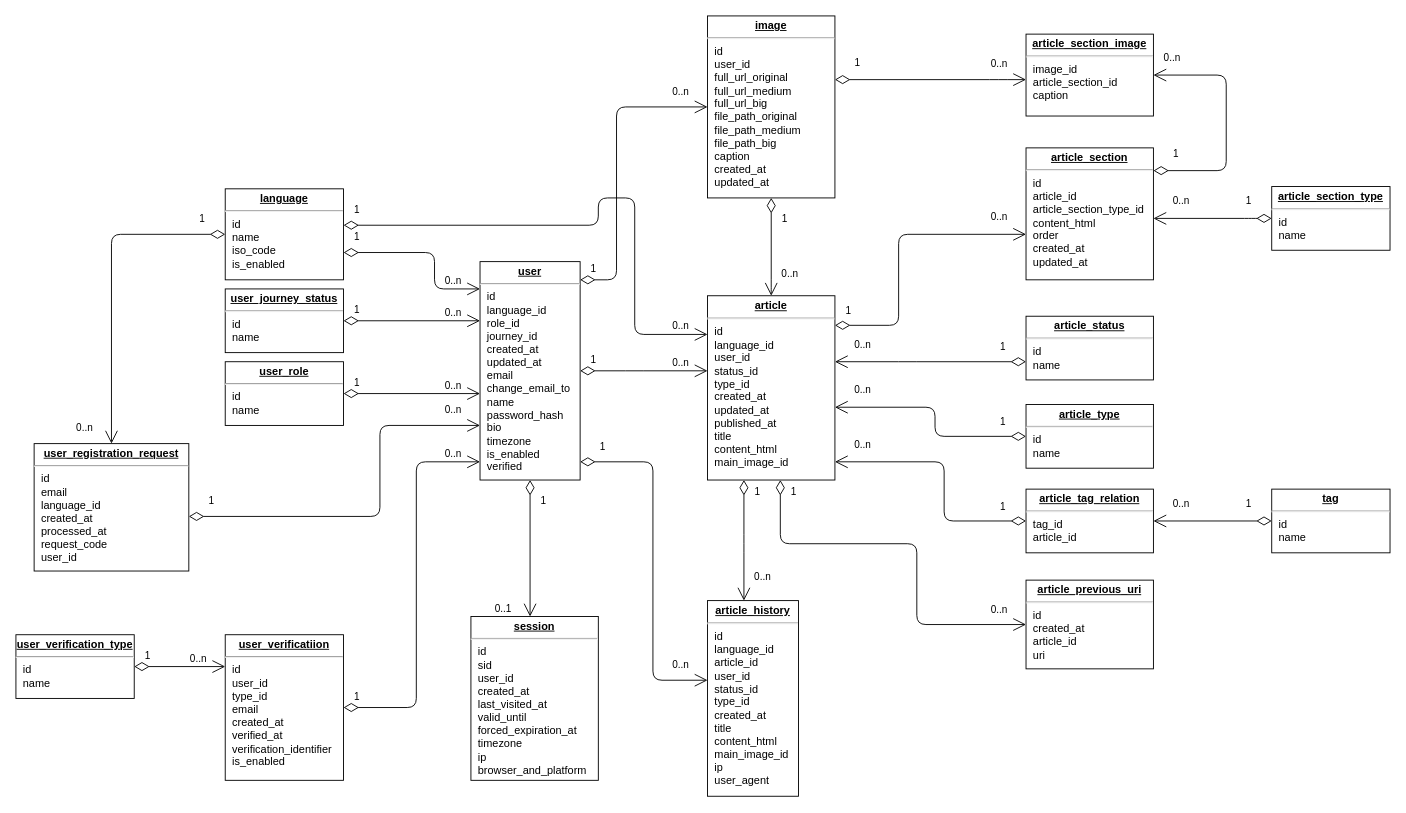
uveic/amora keeps this draw.io diagram as DatabaseDiagram/amora.drawio. Above is the earlier version. Source tidied: cells renumbered, new cells numbered last; positions are measured from the earlier drawing's top-left corner, leaving out a move shared by most shapes. Both pictures are drawn from the tidied source at 91%, with x=0, y=0 at pixel (15, 15).
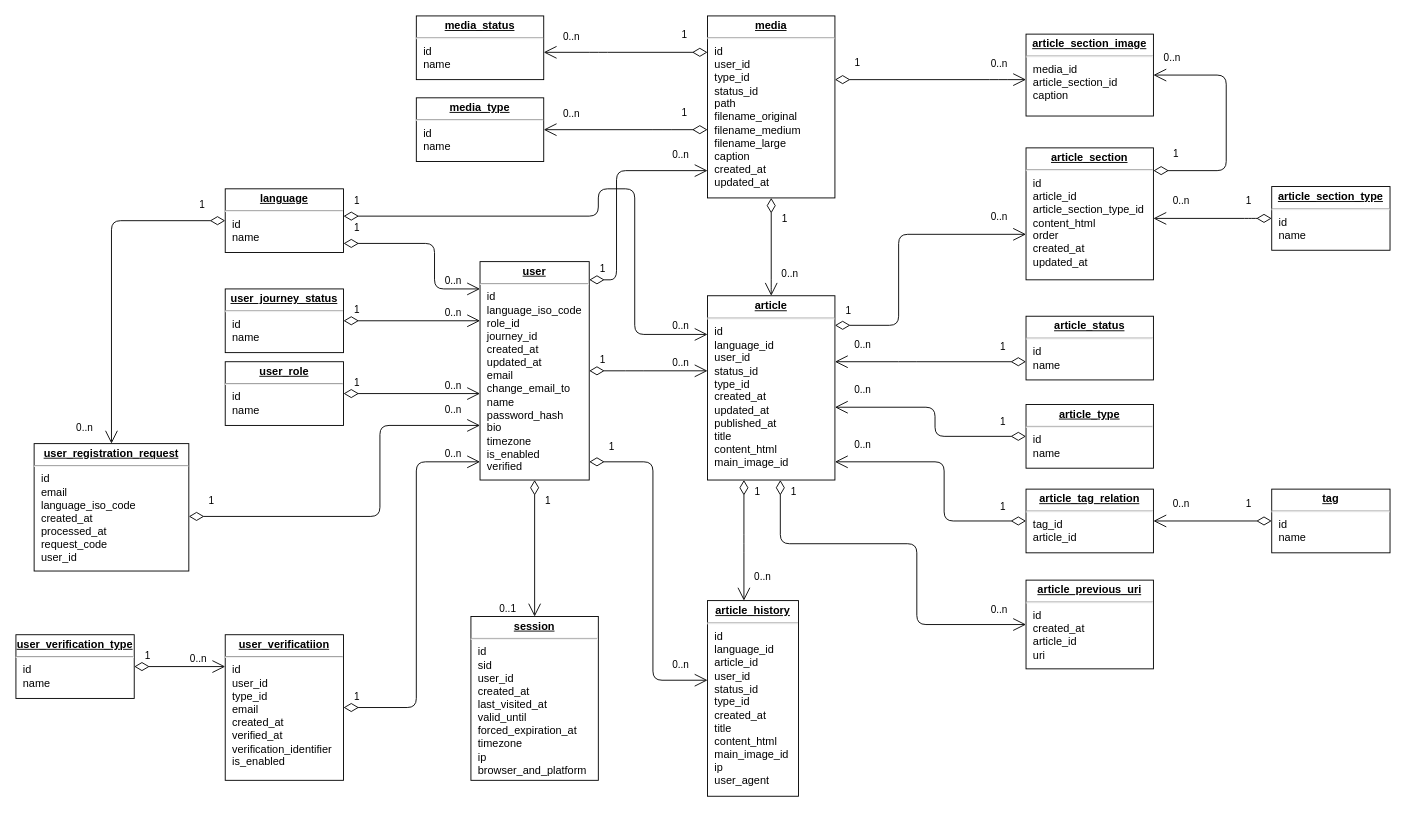
Above is the later version.

Commit message:
Update database diagram

The change refers to these unchanged cells:
```xml
<mxCell id="5" value="&lt;p style=&quot;margin: 0px ; margin-top: 4px ; text-align: center ; text-decoration: underline&quot;&gt;&lt;b&gt;article&lt;/b&gt;&lt;/p&gt;&lt;hr&gt;&lt;p style=&quot;margin: 0px ; margin-left: 8px&quot;&gt;id&lt;/p&gt;&lt;p style=&quot;margin: 0px ; margin-left: 8px&quot;&gt;language_id&lt;/p&gt;&lt;p style=&quot;margin: 0px ; margin-left: 8px&quot;&gt;user_id&lt;br&gt;&lt;/p&gt;&lt;p style=&quot;margin: 0px ; margin-left: 8px&quot;&gt;status_id&lt;/p&gt;&lt;p style=&quot;margin: 0px ; margin-left: 8px&quot;&gt;type_id&lt;/p&gt;&lt;p style=&quot;margin: 0px ; margin-left: 8px&quot;&gt;&lt;span&gt;created_at&lt;/span&gt;&lt;br&gt;&lt;/p&gt;&lt;p style=&quot;margin: 0px ; margin-left: 8px&quot;&gt;updated_at&lt;br&gt;&lt;/p&gt;&lt;p style=&quot;margin: 0px ; margin-left: 8px&quot;&gt;published_at&lt;/p&gt;&lt;p style=&quot;margin: 0px ; margin-left: 8px&quot;&gt;title&lt;/p&gt;&lt;p style=&quot;margin: 0px ; margin-left: 8px&quot;&gt;content_html&lt;/p&gt;&lt;p style=&quot;margin: 0px ; margin-left: 8px&quot;&gt;main_image_id&lt;/p&gt;" style="verticalAlign=top;align=left;overflow=fill;fontSize=12;fontFamily=Helvetica;html=1;" parent="1" vertex="1">
  <mxGeometry x="760" y="307.5" width="140" height="202.5" as="geometry" />
</mxCell>
```

Change to the diagram source:
```diff
@@
-    <mxCell id="2" value="&lt;p style=&quot;margin: 0px ; margin-top: 4px ; text-align: center ; text-decoration: underline&quot;&gt;&lt;b&gt;user&lt;/b&gt;&lt;/p&gt;&lt;hr&gt;&lt;p style=&quot;margin: 0px ; margin-left: 8px&quot;&gt;id&lt;/p&gt;&lt;p style=&quot;margin: 0px ; margin-left: 8px&quot;&gt;language_id&lt;/p&gt;&lt;p style=&quot;margin: 0px ; margin-left: 8px&quot;&gt;role_id&lt;/p&gt;&lt;p style=&quot;margin: 0px ; margin-left: 8px&quot;&gt;journey_id&lt;/p&gt;&lt;p style=&quot;margin: 0px ; margin-left: 8px&quot;&gt;created_at&lt;/p&gt;&lt;p style=&quot;margin: 0px ; margin-left: 8px&quot;&gt;updated_at&lt;/p&gt;&lt;p style=&quot;margin: 0px ; margin-left: 8px&quot;&gt;email&lt;/p&gt;&lt;p style=&quot;margin: 0px ; margin-left: 8px&quot;&gt;change_email_to&lt;/p&gt;&lt;p style=&quot;margin: 0px ; margin-left: 8px&quot;&gt;name&lt;/p&gt;&lt;p style=&quot;margin: 0px ; margin-left: 8px&quot;&gt;password_hash&lt;/p&gt;&lt;p style=&quot;margin: 0px ; margin-left: 8px&quot;&gt;bio&lt;/p&gt;&lt;p style=&quot;margin: 0px ; margin-left: 8px&quot;&gt;timezone&lt;/p&gt;&lt;p style=&quot;margin: 0px ; margin-left: 8px&quot;&gt;is_enabled&lt;/p&gt;&lt;p style=&quot;margin: 0px ; margin-left: 8px&quot;&gt;verified&lt;/p&gt;" style="verticalAlign=top;align=left;overflow=fill;fontSize=12;fontFamily=Helvetica;html=1;" parent="1" vertex="1">
-      <mxGeometry x="510" y="270" width="110" height="240" as="geometry" />
+    <mxCell id="2" value="&lt;p style=&quot;margin: 0px ; margin-top: 4px ; text-align: center ; text-decoration: underline&quot;&gt;&lt;b&gt;user&lt;/b&gt;&lt;/p&gt;&lt;hr&gt;&lt;p style=&quot;margin: 0px ; margin-left: 8px&quot;&gt;id&lt;/p&gt;&lt;p style=&quot;margin: 0px ; margin-left: 8px&quot;&gt;language_iso_code&lt;/p&gt;&lt;p style=&quot;margin: 0px ; margin-left: 8px&quot;&gt;role_id&lt;/p&gt;&lt;p style=&quot;margin: 0px ; margin-left: 8px&quot;&gt;journey_id&lt;/p&gt;&lt;p style=&quot;margin: 0px ; margin-left: 8px&quot;&gt;created_at&lt;/p&gt;&lt;p style=&quot;margin: 0px ; margin-left: 8px&quot;&gt;updated_at&lt;/p&gt;&lt;p style=&quot;margin: 0px ; margin-left: 8px&quot;&gt;email&lt;/p&gt;&lt;p style=&quot;margin: 0px ; margin-left: 8px&quot;&gt;change_email_to&lt;/p&gt;&lt;p style=&quot;margin: 0px ; margin-left: 8px&quot;&gt;name&lt;/p&gt;&lt;p style=&quot;margin: 0px ; margin-left: 8px&quot;&gt;password_hash&lt;/p&gt;&lt;p style=&quot;margin: 0px ; margin-left: 8px&quot;&gt;bio&lt;/p&gt;&lt;p style=&quot;margin: 0px ; margin-left: 8px&quot;&gt;timezone&lt;/p&gt;&lt;p style=&quot;margin: 0px ; margin-left: 8px&quot;&gt;is_enabled&lt;/p&gt;&lt;p style=&quot;margin: 0px ; margin-left: 8px&quot;&gt;verified&lt;/p&gt;" style="verticalAlign=top;align=left;overflow=fill;fontSize=12;fontFamily=Helvetica;html=1;" parent="1" vertex="1">
+      <mxGeometry x="510" y="270" width="120" height="240" as="geometry" />
     </mxCell>
@@
-    <mxCell id="19" value="&lt;p style=&quot;margin: 0px ; margin-top: 4px ; text-align: center ; text-decoration: underline&quot;&gt;&lt;b&gt;language&lt;/b&gt;&lt;/p&gt;&lt;hr&gt;&lt;p style=&quot;margin: 0px ; margin-left: 8px&quot;&gt;id&lt;/p&gt;&lt;p style=&quot;margin: 0px ; margin-left: 8px&quot;&gt;name&lt;/p&gt;&lt;p style=&quot;margin: 0px ; margin-left: 8px&quot;&gt;iso_code&lt;/p&gt;&lt;p style=&quot;margin: 0px ; margin-left: 8px&quot;&gt;is_enabled&lt;br&gt;&lt;/p&gt;" style="verticalAlign=top;align=left;overflow=fill;fontSize=12;fontFamily=Helvetica;html=1;" parent="1" vertex="1">
-      <mxGeometry x="230" y="190" width="130" height="100" as="geometry" />
+    <mxCell id="19" value="&lt;p style=&quot;margin: 0px ; margin-top: 4px ; text-align: center ; text-decoration: underline&quot;&gt;&lt;b&gt;language&lt;/b&gt;&lt;/p&gt;&lt;hr&gt;&lt;p style=&quot;margin: 0px ; margin-left: 8px&quot;&gt;id&lt;/p&gt;&lt;p style=&quot;margin: 0px ; margin-left: 8px&quot;&gt;name&lt;/p&gt;" style="verticalAlign=top;align=left;overflow=fill;fontSize=12;fontFamily=Helvetica;html=1;" parent="1" vertex="1">
+      <mxGeometry x="230" y="190" width="130" height="70" as="geometry" />
     </mxCell>
     <mxCell id="20" style="endArrow=open;html=1;endSize=12;startArrow=diamondThin;startSize=14;startFill=0;edgeStyle=orthogonalEdgeStyle;" parent="1" edge="1" source="19" target="2">
       <mxGeometry relative="1" as="geometry">
         <Array as="points">
-          <mxPoint x="460" y="260" />
+          <mxPoint x="460" y="250" />
           <mxPoint x="460" y="300" />
         </Array>
       </mxGeometry>
     </mxCell>
@@
-    <mxCell id="35" value="&lt;p style=&quot;margin: 0px ; margin-top: 4px ; text-align: center ; text-decoration: underline&quot;&gt;&lt;b&gt;user_registration_request&lt;/b&gt;&lt;/p&gt;&lt;hr&gt;&lt;p style=&quot;margin: 0px ; margin-left: 8px&quot;&gt;id&lt;/p&gt;&lt;p style=&quot;margin: 0px ; margin-left: 8px&quot;&gt;email&lt;/p&gt;&lt;p style=&quot;margin: 0px ; margin-left: 8px&quot;&gt;language_id&lt;/p&gt;&lt;p style=&quot;margin: 0px ; margin-left: 8px&quot;&gt;&lt;span&gt;created_at&lt;/span&gt;&lt;br&gt;&lt;/p&gt;&lt;p style=&quot;margin: 0px ; margin-left: 8px&quot;&gt;processed_at&lt;/p&gt;&lt;p style=&quot;margin: 0px ; margin-left: 8px&quot;&gt;request_code&lt;/p&gt;&lt;p style=&quot;margin: 0px ; margin-left: 8px&quot;&gt;&lt;span&gt;user_id&lt;/span&gt;&lt;/p&gt;" style="verticalAlign=top;align=left;overflow=fill;fontSize=12;fontFamily=Helvetica;html=1;" parent="1" vertex="1">
+    <mxCell id="35" value="&lt;p style=&quot;margin: 0px ; margin-top: 4px ; text-align: center ; text-decoration: underline&quot;&gt;&lt;b&gt;user_registration_request&lt;/b&gt;&lt;/p&gt;&lt;hr&gt;&lt;p style=&quot;margin: 0px ; margin-left: 8px&quot;&gt;id&lt;/p&gt;&lt;p style=&quot;margin: 0px ; margin-left: 8px&quot;&gt;email&lt;/p&gt;&lt;p style=&quot;margin: 0px ; margin-left: 8px&quot;&gt;language_iso_code&lt;/p&gt;&lt;p style=&quot;margin: 0px ; margin-left: 8px&quot;&gt;&lt;span&gt;created_at&lt;/span&gt;&lt;br&gt;&lt;/p&gt;&lt;p style=&quot;margin: 0px ; margin-left: 8px&quot;&gt;processed_at&lt;/p&gt;&lt;p style=&quot;margin: 0px ; margin-left: 8px&quot;&gt;request_code&lt;/p&gt;&lt;p style=&quot;margin: 0px ; margin-left: 8px&quot;&gt;&lt;span&gt;user_id&lt;/span&gt;&lt;/p&gt;" style="verticalAlign=top;align=left;overflow=fill;fontSize=12;fontFamily=Helvetica;html=1;" parent="1" vertex="1">
       <mxGeometry x="20" y="470" width="170" height="140" as="geometry" />
     </mxCell>
@@
-    <mxCell id="40" value="&lt;p style=&quot;margin: 0px ; margin-top: 4px ; text-align: center ; text-decoration: underline&quot;&gt;&lt;b&gt;article_section_image&lt;/b&gt;&lt;/p&gt;&lt;hr&gt;&lt;p style=&quot;margin: 0px ; margin-left: 8px&quot;&gt;image_id&lt;/p&gt;&lt;p style=&quot;margin: 0px ; margin-left: 8px&quot;&gt;article_section_id&lt;/p&gt;&lt;p style=&quot;margin: 0px ; margin-left: 8px&quot;&gt;caption&lt;/p&gt;" style="verticalAlign=top;align=left;overflow=fill;fontSize=12;fontFamily=Helvetica;html=1;" parent="1" vertex="1">
+    <mxCell id="40" value="&lt;p style=&quot;margin: 0px ; margin-top: 4px ; text-align: center ; text-decoration: underline&quot;&gt;&lt;b&gt;article_section_image&lt;/b&gt;&lt;/p&gt;&lt;hr&gt;&lt;p style=&quot;margin: 0px ; margin-left: 8px&quot;&gt;media_id&lt;/p&gt;&lt;p style=&quot;margin: 0px ; margin-left: 8px&quot;&gt;article_section_id&lt;/p&gt;&lt;p style=&quot;margin: 0px ; margin-left: 8px&quot;&gt;caption&lt;/p&gt;" style="verticalAlign=top;align=left;overflow=fill;fontSize=12;fontFamily=Helvetica;html=1;" parent="1" vertex="1">
       <mxGeometry x="1110" y="20" width="140" height="90" as="geometry" />
     </mxCell>
-    <mxCell id="41" value="&lt;p style=&quot;margin: 0px ; margin-top: 4px ; text-align: center ; text-decoration: underline&quot;&gt;&lt;b&gt;image&lt;/b&gt;&lt;/p&gt;&lt;hr&gt;&lt;p style=&quot;margin: 0px ; margin-left: 8px&quot;&gt;id&lt;/p&gt;&lt;p style=&quot;margin: 0px ; margin-left: 8px&quot;&gt;user_id&lt;/p&gt;&lt;p style=&quot;margin: 0px ; margin-left: 8px&quot;&gt;full_url_original&lt;/p&gt;&lt;p style=&quot;margin: 0px ; margin-left: 8px&quot;&gt;full_url_medium&lt;/p&gt;&lt;p style=&quot;margin: 0px ; margin-left: 8px&quot;&gt;full_url_big&lt;/p&gt;&lt;p style=&quot;margin: 0px ; margin-left: 8px&quot;&gt;file_path_original&lt;/p&gt;&lt;p style=&quot;margin: 0px ; margin-left: 8px&quot;&gt;file_path_medium&lt;/p&gt;&lt;p style=&quot;margin: 0px ; margin-left: 8px&quot;&gt;file_path_big&lt;/p&gt;&lt;p style=&quot;margin: 0px ; margin-left: 8px&quot;&gt;caption&lt;/p&gt;&lt;p style=&quot;margin: 0px ; margin-left: 8px&quot;&gt;&lt;span&gt;created_at&lt;/span&gt;&lt;br&gt;&lt;/p&gt;&lt;p style=&quot;margin: 0px ; margin-left: 8px&quot;&gt;updated_at&lt;/p&gt;" style="verticalAlign=top;align=left;overflow=fill;fontSize=12;fontFamily=Helvetica;html=1;" parent="1" vertex="1">
+    <mxCell id="41" value="&lt;p style=&quot;margin: 0px ; margin-top: 4px ; text-align: center ; text-decoration: underline&quot;&gt;&lt;b&gt;media&lt;/b&gt;&lt;/p&gt;&lt;hr&gt;&lt;p style=&quot;margin: 0px ; margin-left: 8px&quot;&gt;id&lt;/p&gt;&lt;p style=&quot;margin: 0px ; margin-left: 8px&quot;&gt;user_id&lt;/p&gt;&lt;p style=&quot;margin: 0px ; margin-left: 8px&quot;&gt;type_id&lt;/p&gt;&lt;p style=&quot;margin: 0px ; margin-left: 8px&quot;&gt;status_id&lt;/p&gt;&lt;p style=&quot;margin: 0px ; margin-left: 8px&quot;&gt;path&lt;/p&gt;&lt;p style=&quot;margin: 0px ; margin-left: 8px&quot;&gt;filename_original&lt;/p&gt;&lt;p style=&quot;margin: 0px ; margin-left: 8px&quot;&gt;filename_medium&lt;/p&gt;&lt;p style=&quot;margin: 0px ; margin-left: 8px&quot;&gt;filename_large&lt;/p&gt;&lt;p style=&quot;margin: 0px ; margin-left: 8px&quot;&gt;caption&lt;/p&gt;&lt;p style=&quot;margin: 0px ; margin-left: 8px&quot;&gt;&lt;span&gt;created_at&lt;/span&gt;&lt;br&gt;&lt;/p&gt;&lt;p style=&quot;margin: 0px ; margin-left: 8px&quot;&gt;updated_at&lt;/p&gt;" style="verticalAlign=top;align=left;overflow=fill;fontSize=12;fontFamily=Helvetica;html=1;" parent="1" vertex="1">
       <mxGeometry x="760" width="140" height="200" as="geometry" />
     </mxCell>
@@
     <mxCell id="47" style="endArrow=open;html=1;endSize=12;startArrow=diamondThin;startSize=14;startFill=0;edgeStyle=orthogonalEdgeStyle;" parent="1" edge="1" source="2" target="41">
       <mxGeometry relative="1" as="geometry">
         <Array as="points">
           <mxPoint x="660" y="290" />
-          <mxPoint x="660" y="100" />
+          <mxPoint x="660" y="170" />
         </Array>
       </mxGeometry>
     </mxCell>
@@
     <mxCell id="77" style="endArrow=open;html=1;endSize=12;startArrow=diamondThin;startSize=14;startFill=0;edgeStyle=orthogonalEdgeStyle;" parent="1" edge="1" source="19" target="35">
       <mxGeometry relative="1" as="geometry">
         <Array as="points">
-          <mxPoint x="105" y="240" />
+          <mxPoint x="105" y="225" />
         </Array>
       </mxGeometry>
     </mxCell>
@@
     <mxCell id="87" style="endArrow=open;html=1;endSize=12;startArrow=diamondThin;startSize=14;startFill=0;edgeStyle=orthogonalEdgeStyle;" parent="1" edge="1" source="19" target="5">
       <mxGeometry relative="1" as="geometry">
         <Array as="points">
-          <mxPoint x="640" y="230" />
-          <mxPoint x="640" y="200" />
-          <mxPoint x="680" y="200" />
+          <mxPoint x="640" y="220" />
+          <mxPoint x="640" y="190" />
+          <mxPoint x="680" y="190" />
           <mxPoint x="680" y="350" />
         </Array>
       </mxGeometry>
     </mxCell>
@@
+    <mxCell id="90" value="&lt;p style=&quot;margin: 0px ; margin-top: 4px ; text-align: center ; text-decoration: underline&quot;&gt;&lt;b&gt;media_status&lt;/b&gt;&lt;/p&gt;&lt;hr&gt;&lt;p style=&quot;margin: 0px ; margin-left: 8px&quot;&gt;id&lt;/p&gt;&lt;p style=&quot;margin: 0px ; margin-left: 8px&quot;&gt;name&lt;/p&gt;" style="verticalAlign=top;align=left;overflow=fill;fontSize=12;fontFamily=Helvetica;html=1;" parent="1" vertex="1">
+      <mxGeometry x="440" width="140" height="70" as="geometry" />
+    </mxCell>
+    <mxCell id="91" value="&lt;p style=&quot;margin: 0px ; margin-top: 4px ; text-align: center ; text-decoration: underline&quot;&gt;&lt;b&gt;media_type&lt;/b&gt;&lt;/p&gt;&lt;hr&gt;&lt;p style=&quot;margin: 0px ; margin-left: 8px&quot;&gt;id&lt;/p&gt;&lt;p style=&quot;margin: 0px ; margin-left: 8px&quot;&gt;name&lt;/p&gt;" style="verticalAlign=top;align=left;overflow=fill;fontSize=12;fontFamily=Helvetica;html=1;" parent="1" vertex="1">
+      <mxGeometry x="440" y="90" width="140" height="70" as="geometry" />
+    </mxCell>
+    <mxCell id="92" style="endArrow=open;html=1;endSize=12;startArrow=diamondThin;startSize=14;startFill=0;edgeStyle=orthogonalEdgeStyle;" parent="1" edge="1" source="41" target="90">
+      <mxGeometry relative="1" as="geometry">
+        <Array as="points">
+          <mxPoint x="640" y="40" />
+          <mxPoint x="640" y="40" />
+        </Array>
+      </mxGeometry>
+    </mxCell>
+    <mxCell id="93" value="1&lt;br&gt;" style="edgeLabel;html=1;align=left;verticalAlign=top;" parent="92" vertex="1">
+      <mxGeometry x="-1" relative="1" as="geometry">
+        <mxPoint x="-30" y="-32" as="offset" />
+      </mxGeometry>
+    </mxCell>
+    <mxCell id="94" value="&lt;div&gt;0..n&lt;/div&gt;" style="edgeLabel;html=1;align=right;verticalAlign=top;" parent="92" vertex="1">
+      <mxGeometry x="1" relative="1" as="geometry">
+        <mxPoint x="40" y="-30" as="offset" />
+      </mxGeometry>
+    </mxCell>
+    <mxCell id="95" style="endArrow=open;html=1;endSize=12;startArrow=diamondThin;startSize=14;startFill=0;edgeStyle=orthogonalEdgeStyle;" parent="1" edge="1" source="41" target="91">
+      <mxGeometry relative="1" as="geometry">
+        <Array as="points">
+          <mxPoint x="710" y="125" />
+          <mxPoint x="710" y="125" />
+        </Array>
+      </mxGeometry>
+    </mxCell>
+    <mxCell id="96" value="1&lt;br&gt;" style="edgeLabel;html=1;align=left;verticalAlign=top;" parent="95" vertex="1">
+      <mxGeometry x="-1" relative="1" as="geometry">
+        <mxPoint x="-30" y="-32" as="offset" />
+      </mxGeometry>
+    </mxCell>
+    <mxCell id="97" value="&lt;div&gt;0..n&lt;/div&gt;" style="edgeLabel;html=1;align=right;verticalAlign=top;" parent="95" vertex="1">
+      <mxGeometry x="1" relative="1" as="geometry">
+        <mxPoint x="40" y="-30" as="offset" />
+      </mxGeometry>
+    </mxCell>
```
